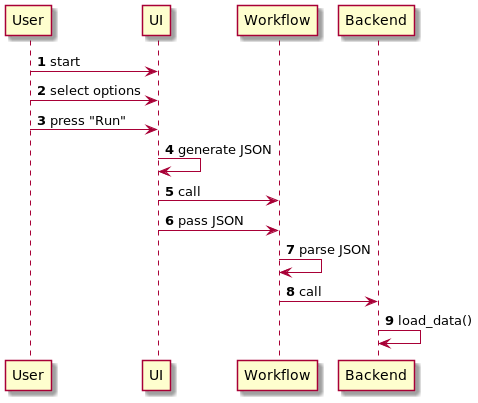
Above: docs/developer/media/load_data.png in ornlneutronimaging/iMars3D (PlantUML), before the change. Its diagram source:
```plantuml
@startuml

autonumber

"User" -> "UI" : start
"User" -> "UI" : select options
"User" -> "UI" : press "Run"
"UI"   -> "UI" : generate JSON
"UI"   -> "Workflow" : call
"UI"   -> "Workflow" : pass JSON
"Workflow" -> "Workflow" : parse JSON
"Workflow" -> "Backend" : call
"Backend" -> "Backend": load_data()

@enduml
```
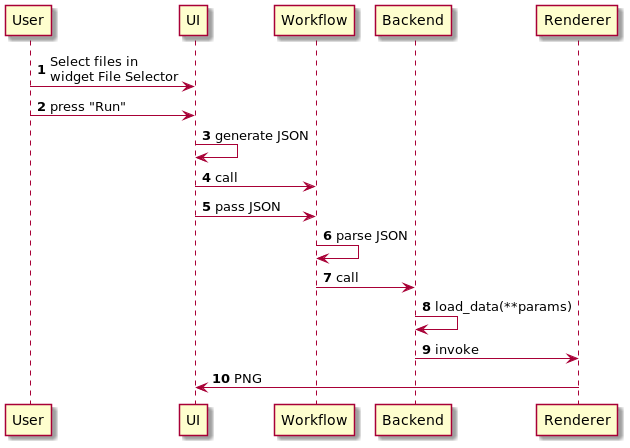
Above is the later version.

The edit, as a diff of the source:
```diff
@@ -2,14 +2,15 @@
 
 autonumber
 
-"User" -> "UI" : start
-"User" -> "UI" : select options
+"User" -> "UI" : Select files in\nwidget File Selector
 "User" -> "UI" : press "Run"
 "UI"   -> "UI" : generate JSON
 "UI"   -> "Workflow" : call
 "UI"   -> "Workflow" : pass JSON
 "Workflow" -> "Workflow" : parse JSON
 "Workflow" -> "Backend" : call
-"Backend" -> "Backend": load_data()
+"Backend"  -> "Backend": load_data(**params)
+"Backend"  -> "Renderer": invoke
+"Renderer" -> "UI":  PNG
 
 @enduml
```
